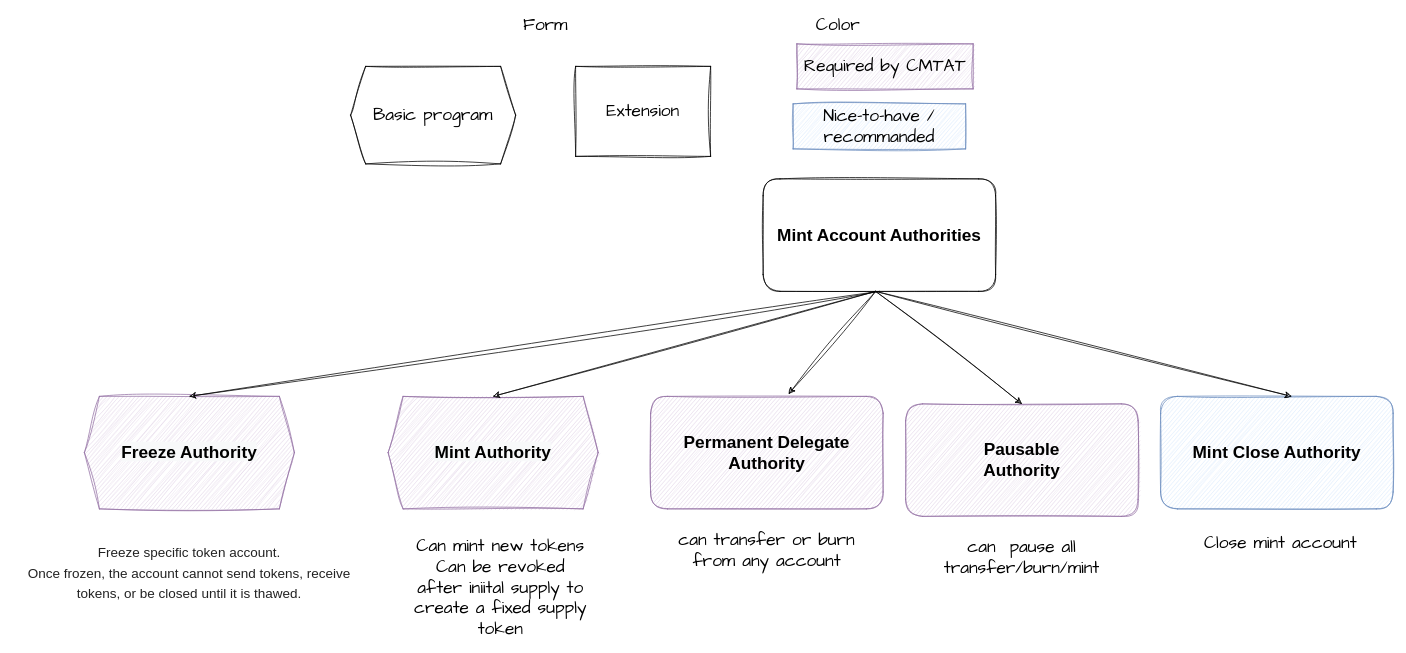
Earlier version of the draw.io diagram page "access-control" (1 of 2) of schema/solana-cmtat.drawio (CMTA/CMTAT_Solana). Source tidied: cells renumbered, new cells numbered last; positions are measured from the earlier drawing's top-left corner, leaving out a move shared by most shapes. Both pictures are drawn from the tidied source at 75%, with x=0, y=0 at pixel (13, 14).
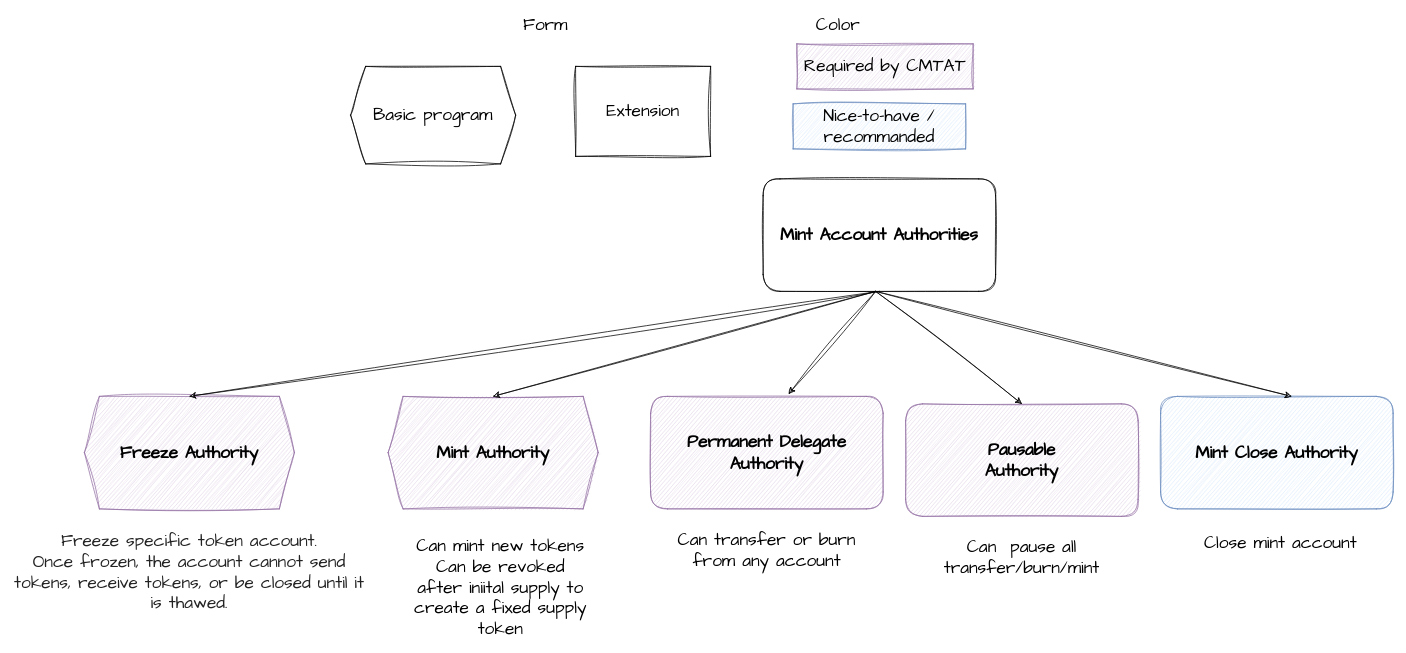
After the change.

The edit, as a diff of the source:
```diff
@@
-    <mxCell id="2" value="Mint Account Authorities" style="rounded=1;whiteSpace=wrap;html=1;sketch=1;fontSize=23;fontStyle=1;" parent="1" vertex="1">
+    <mxCell id="2" value="&lt;font face=&quot;Architects Daughter&quot;&gt;Mint Account Authorities&lt;/font&gt;" style="rounded=1;whiteSpace=wrap;html=1;sketch=1;fontSize=23;fontStyle=1;" parent="1" vertex="1">
       <mxGeometry x="1000" y="220" width="310" height="150" as="geometry" />
     </mxCell>
-    <mxCell id="3" value="Permanent Delegate Authority" style="rounded=1;whiteSpace=wrap;html=1;sketch=1;fontSize=23;fontStyle=1;fillColor=#e1d5e7;strokeColor=#9673a6;" parent="1" vertex="1">
+    <mxCell id="3" value="&lt;font face=&quot;Architects Daughter&quot;&gt;Permanent Delegate Authority&lt;/font&gt;" style="rounded=1;whiteSpace=wrap;html=1;sketch=1;fontSize=23;fontStyle=1;fillColor=#e1d5e7;strokeColor=#9673a6;" parent="1" vertex="1">
       <mxGeometry x="850" y="510" width="310" height="150" as="geometry" />
     </mxCell>
@@
-    <mxCell id="5" value="can transfer or burn from any account" style="text;html=1;strokeColor=none;fillColor=none;align=center;verticalAlign=middle;whiteSpace=wrap;rounded=0;sketch=1;hachureGap=4;jiggle=2;fontFamily=Architects Daughter;fontSize=23;" parent="1" vertex="1">
+    <mxCell id="5" value="Can transfer or burn from any account" style="text;html=1;strokeColor=none;fillColor=none;align=center;verticalAlign=middle;whiteSpace=wrap;rounded=0;sketch=1;hachureGap=4;jiggle=2;fontFamily=Architects Daughter;fontSize=23;" parent="1" vertex="1">
       <mxGeometry x="855" y="700" width="300" height="30" as="geometry" />
     </mxCell>
-    <mxCell id="6" value="Mint Close Authority" style="rounded=1;whiteSpace=wrap;html=1;sketch=1;fontSize=23;fontStyle=1;fillColor=#dae8fc;strokeColor=#6c8ebf;" parent="1" vertex="1">
+    <mxCell id="6" value="&lt;font face=&quot;Architects Daughter&quot;&gt;Mint Close Authority&lt;/font&gt;" style="rounded=1;whiteSpace=wrap;html=1;sketch=1;fontSize=23;fontStyle=1;fillColor=#dae8fc;strokeColor=#6c8ebf;" parent="1" vertex="1">
       <mxGeometry x="1530" y="510" width="310" height="150" as="geometry" />
     </mxCell>
@@
-    <mxCell id="8" value="&lt;span style=&quot;color: rgba(10, 10, 10, 0.9); font-family: Diatype, Helvetica, Arial, system-ui, -apple-system, &amp;quot;Segoe UI&amp;quot;, Roboto, Ubuntu, Cantarell, &amp;quot;Noto Sans&amp;quot;, sans-serif, BlinkMacSystemFont, &amp;quot;Segoe UI&amp;quot;, sans-serif, &amp;quot;Apple Color Emoji&amp;quot;, &amp;quot;Segoe UI Emoji&amp;quot;, &amp;quot;Segoe UI Symbol&amp;quot;; font-size: 18px; text-align: start; background-color: rgb(255, 255, 255);&quot;&gt;Freeze specific token account. &lt;br&gt;Once frozen, the account cannot send tokens, receive tokens, or be closed until it is thawed.&lt;/span&gt;" style="text;html=1;strokeColor=none;fillColor=none;align=center;verticalAlign=middle;whiteSpace=wrap;rounded=0;sketch=1;hachureGap=4;jiggle=2;fontFamily=Architects Daughter;fontSize=23;" parent="1" vertex="1">
+    <mxCell id="8" value="&lt;span style=&quot;color: rgba(10, 10, 10, 0.9); text-align: start; background-color: rgb(255, 255, 255);&quot;&gt;Freeze specific token account. &lt;br&gt;Once frozen, the account cannot send tokens, receive tokens, or be closed until it is thawed.&lt;/span&gt;" style="text;html=1;strokeColor=none;fillColor=none;align=center;verticalAlign=middle;whiteSpace=wrap;rounded=0;sketch=1;hachureGap=4;jiggle=2;fontFamily=Architects Daughter;fontSize=23;" parent="1" vertex="1">
       <mxGeometry y="730" width="470" height="30" as="geometry" />
     </mxCell>
-    <mxCell id="9" value="&lt;span style=&quot;color: rgb(0, 0, 0); font-family: Helvetica; font-size: 23px; font-style: normal; font-variant-ligatures: normal; font-variant-caps: normal; font-weight: 700; letter-spacing: normal; orphans: 2; text-align: center; text-indent: 0px; text-transform: none; widows: 2; word-spacing: 0px; -webkit-text-stroke-width: 0px; background-color: rgb(248, 249, 250); text-decoration-thickness: initial; text-decoration-style: initial; text-decoration-color: initial; float: none; display: inline !important;&quot;&gt;Freeze Authority&lt;/span&gt;" style="shape=hexagon;perimeter=hexagonPerimeter2;whiteSpace=wrap;html=1;fixedSize=1;sketch=1;hachureGap=4;jiggle=2;fontFamily=Architects Daughter;fontSize=23;fillColor=#e1d5e7;strokeColor=#9673a6;" parent="1" vertex="1">
+    <mxCell id="9" value="&lt;span style=&quot;font-weight: 700;&quot;&gt;Freeze Authority&lt;/span&gt;" style="shape=hexagon;perimeter=hexagonPerimeter2;whiteSpace=wrap;html=1;fixedSize=1;sketch=1;hachureGap=4;jiggle=2;fontFamily=Architects Daughter;fontSize=23;fillColor=#e1d5e7;strokeColor=#9673a6;" parent="1" vertex="1">
       <mxGeometry x="95" y="510" width="280" height="150" as="geometry" />
     </mxCell>
@@
-    <mxCell id="12" value="&lt;span style=&quot;color: rgb(0, 0, 0); font-family: Helvetica; font-size: 23px; font-style: normal; font-variant-ligatures: normal; font-variant-caps: normal; font-weight: 700; letter-spacing: normal; orphans: 2; text-align: center; text-indent: 0px; text-transform: none; widows: 2; word-spacing: 0px; -webkit-text-stroke-width: 0px; background-color: rgb(248, 249, 250); text-decoration-thickness: initial; text-decoration-style: initial; text-decoration-color: initial; float: none; display: inline !important;&quot;&gt;Mint Authority&lt;/span&gt;" style="shape=hexagon;perimeter=hexagonPerimeter2;whiteSpace=wrap;html=1;fixedSize=1;sketch=1;hachureGap=4;jiggle=2;fontFamily=Architects Daughter;fontSize=23;fillColor=#e1d5e7;strokeColor=#9673a6;" parent="1" vertex="1">
+    <mxCell id="12" value="&lt;span style=&quot;font-weight: 700;&quot;&gt;Mint Authority&lt;/span&gt;" style="shape=hexagon;perimeter=hexagonPerimeter2;whiteSpace=wrap;html=1;fixedSize=1;sketch=1;hachureGap=4;jiggle=2;fontFamily=Architects Daughter;fontSize=23;fillColor=#e1d5e7;strokeColor=#9673a6;" parent="1" vertex="1">
       <mxGeometry x="500" y="510" width="280" height="150" as="geometry" />
     </mxCell>
@@
-    <mxCell id="21" value="Pausable&lt;br&gt;Authority" style="rounded=1;whiteSpace=wrap;html=1;sketch=1;fontSize=23;fontStyle=1;fillColor=#e1d5e7;strokeColor=#9673a6;" parent="1" vertex="1">
+    <mxCell id="21" value="&lt;font face=&quot;Architects Daughter&quot;&gt;Pausable&lt;br&gt;Authority&lt;/font&gt;" style="rounded=1;whiteSpace=wrap;html=1;sketch=1;fontSize=23;fontStyle=1;fillColor=#e1d5e7;strokeColor=#9673a6;" parent="1" vertex="1">
       <mxGeometry x="1190" y="520" width="310" height="150" as="geometry" />
     </mxCell>
-    <mxCell id="22" value="can&amp;nbsp; pause all transfer/burn/mint" style="text;html=1;strokeColor=none;fillColor=none;align=center;verticalAlign=middle;whiteSpace=wrap;rounded=0;sketch=1;hachureGap=4;jiggle=2;fontFamily=Architects Daughter;fontSize=23;" parent="1" vertex="1">
+    <mxCell id="22" value="Can&amp;nbsp; pause all transfer/burn/mint" style="text;html=1;strokeColor=none;fillColor=none;align=center;verticalAlign=middle;whiteSpace=wrap;rounded=0;sketch=1;hachureGap=4;jiggle=2;fontFamily=Architects Daughter;fontSize=23;" parent="1" vertex="1">
       <mxGeometry x="1195" y="710" width="300" height="30" as="geometry" />
     </mxCell>
```
